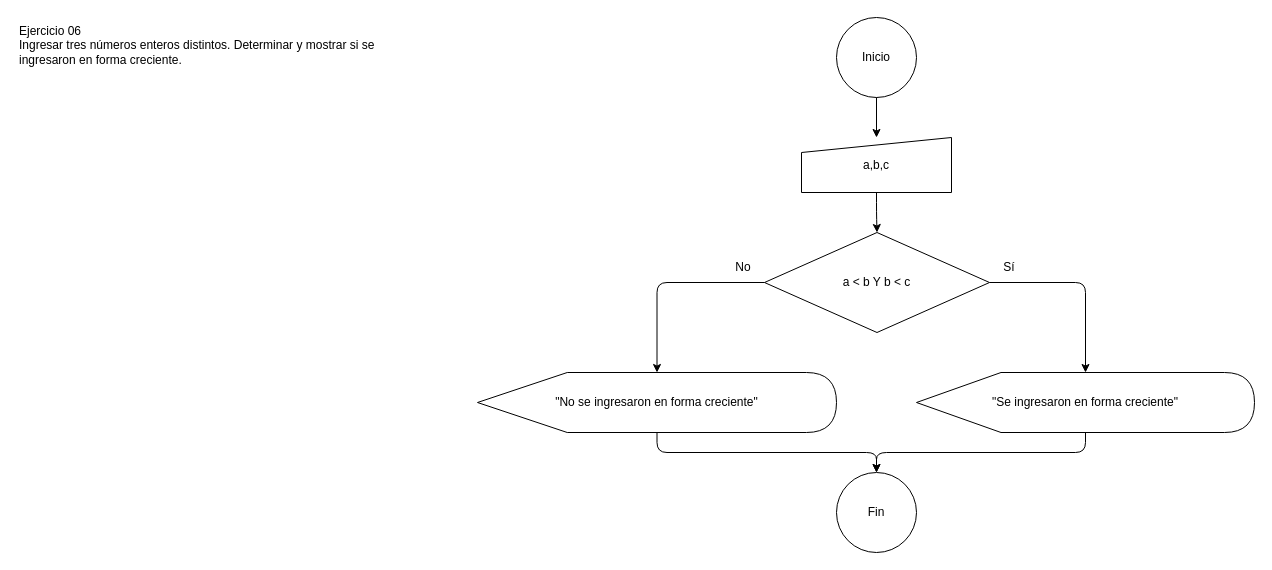
gonzalogiolitti/facultad-tcd keeps this draw.io diagram as DATOS Y ALGORITMOS/Practica/1_Practica_1/Ejercicio_06/diagrama.drawio. Above is the earlier version. Source tidied: cells renumbered, new cells numbered last; positions are measured from the earlier drawing's top-left corner, leaving out a move shared by most shapes. Both pictures are drawn from the tidied source at 100%, with x=0, y=0 at pixel (17, 17).
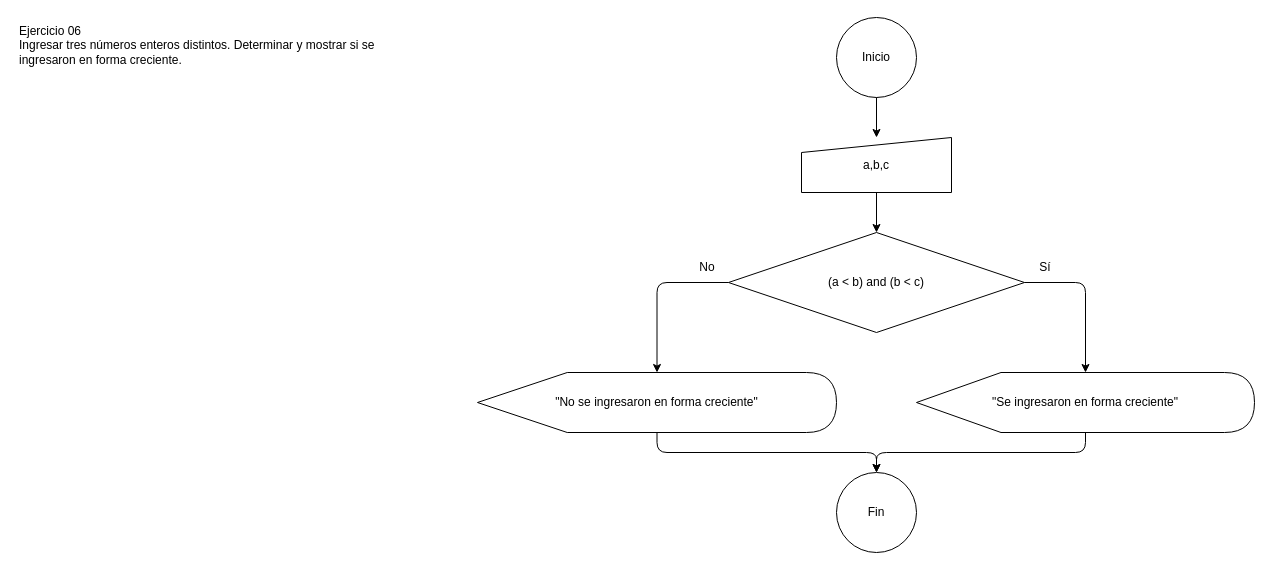
The same diagram, later.

Diff of the diagram source:
```diff
@@
-    <mxCell id="5" value="a &lt; b Y b &lt; c" style="rhombus;whiteSpace=wrap;html=1;" parent="1" vertex="1">
-      <mxGeometry x="747" y="215" width="225" height="100" as="geometry" />
+    <mxCell id="5" value="(a &lt; b) and (b &lt; c)" style="rhombus;whiteSpace=wrap;html=1;" parent="1" vertex="1">
+      <mxGeometry x="711" y="215" width="296" height="100" as="geometry" />
     </mxCell>
@@
     <mxCell id="8" value="Sí" style="text;html=1;strokeColor=none;fillColor=none;align=center;verticalAlign=middle;whiteSpace=wrap;" parent="1" vertex="1">
-      <mxGeometry x="977" y="239" width="30" height="22" as="geometry" />
+      <mxGeometry x="1013" y="239" width="30" height="22" as="geometry" />
     </mxCell>
     <mxCell id="9" value="No" style="text;html=1;strokeColor=none;fillColor=none;align=center;verticalAlign=middle;whiteSpace=wrap;" parent="1" vertex="1">
-      <mxGeometry x="711" y="239" width="30" height="22" as="geometry" />
+      <mxGeometry x="675" y="239" width="30" height="22" as="geometry" />
     </mxCell>
```
